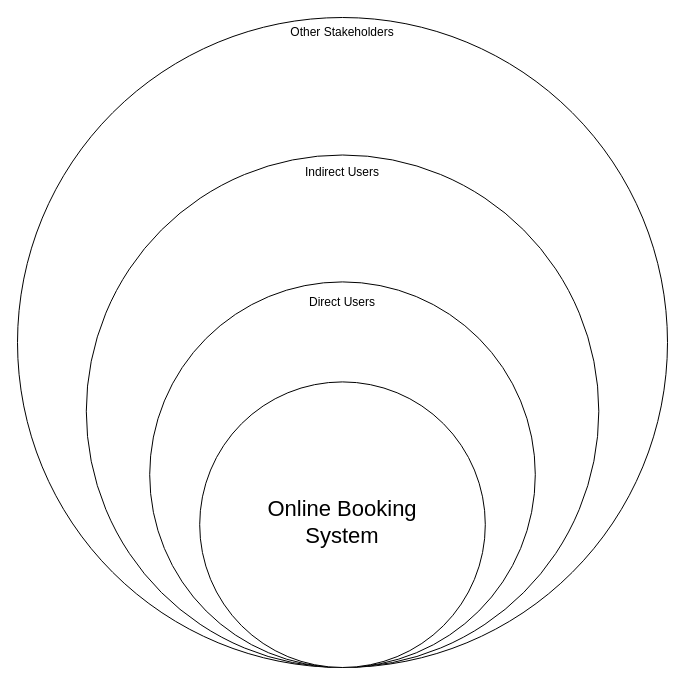
This is Onion_diagram_SEPP.drawio from Anuja-jayasinghe/DrawIo_Projects, a draw.io file, before an edit. Source tidied: cells renumbered, new cells numbered last; positions are measured from the earlier drawing's top-left corner, leaving out a move shared by most shapes. Both pictures are drawn from the tidied source at 100%, with x=0, y=0 at pixel (17, 17).
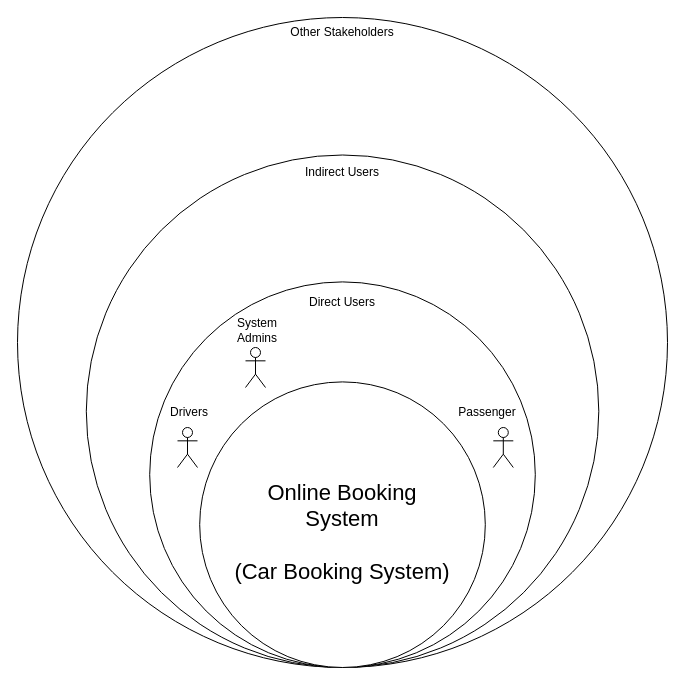
After the change.

The edit, as a diff of the source:
```diff
@@
 <mxGraphModel>
   <root>
     <mxCell id="0" />
     <mxCell id="1" parent="0" />
     <mxCell id="2" style="ellipse;whiteSpace=wrap;html=1;" parent="1" vertex="1">
       <mxGeometry width="650" height="650" as="geometry" />
     </mxCell>
     <mxCell id="3" style="ellipse;whiteSpace=wrap;html=1;" parent="1" vertex="1">
       <mxGeometry x="68.8" y="137.5" width="512.5" height="512.5" as="geometry" />
     </mxCell>
     <mxCell id="4" style="ellipse;whiteSpace=wrap;html=1;" parent="1" vertex="1">
       <mxGeometry x="132.2" y="264.4" width="385.6" height="385.6" as="geometry" />
     </mxCell>
     <mxCell id="5" style="ellipse;whiteSpace=wrap;html=1;" parent="1" vertex="1">
       <mxGeometry x="182.2" y="364.4" width="285.6" height="285.6" as="geometry" />
     </mxCell>
-    <mxCell id="6" value="&lt;font style=&quot;font-size: 22px;&quot;&gt;Online Booking System&lt;/font&gt;" style="text;html=1;align=center;verticalAlign=middle;whiteSpace=wrap;rounded=0;" parent="1" vertex="1">
-      <mxGeometry x="210" y="410" width="230" height="190" as="geometry" />
+    <mxCell id="6" value="&lt;font style=&quot;font-size: 22px;&quot;&gt;Online Booking System&lt;/font&gt;&lt;div&gt;&lt;font style=&quot;font-size: 22px;&quot;&gt;&lt;br&gt;&lt;/font&gt;&lt;/div&gt;&lt;div&gt;&lt;font style=&quot;font-size: 22px;&quot;&gt;(Car Booking System)&lt;/font&gt;&lt;/div&gt;" style="text;html=1;align=center;verticalAlign=middle;whiteSpace=wrap;rounded=0;" parent="1" vertex="1">
+      <mxGeometry x="210" y="420" width="230" height="190" as="geometry" />
     </mxCell>
     <mxCell id="7" value="Direct Users" style="text;html=1;align=center;verticalAlign=middle;whiteSpace=wrap;rounded=0;" parent="1" vertex="1">
       <mxGeometry x="260" y="270" width="130" height="30" as="geometry" />
     </mxCell>
     <mxCell id="8" value="Indirect Users" style="text;html=1;align=center;verticalAlign=middle;whiteSpace=wrap;rounded=0;" parent="1" vertex="1">
       <mxGeometry x="260" y="140" width="130" height="30" as="geometry" />
     </mxCell>
     <mxCell id="9" value="Other Stakeholders" style="text;html=1;align=center;verticalAlign=middle;whiteSpace=wrap;rounded=0;" parent="1" vertex="1">
       <mxGeometry x="260" width="130" height="30" as="geometry" />
     </mxCell>
+    <mxCell id="10" style="shape=umlActor;verticalLabelPosition=bottom;verticalAlign=top;html=1;" parent="1" vertex="1">
+      <mxGeometry x="160" y="410" width="20" height="40" as="geometry" />
+    </mxCell>
+    <mxCell id="11" value="Drivers" style="text;html=1;align=center;verticalAlign=middle;whiteSpace=wrap;rounded=0;" parent="1" vertex="1">
+      <mxGeometry x="142" y="380" width="60" height="30" as="geometry" />
+    </mxCell>
+    <mxCell id="12" style="shape=umlActor;verticalLabelPosition=bottom;verticalAlign=top;html=1;" parent="1" vertex="1">
+      <mxGeometry x="475.8" y="410" width="20" height="40" as="geometry" />
+    </mxCell>
+    <mxCell id="13" value="Passenger" style="text;html=1;align=center;verticalAlign=middle;whiteSpace=wrap;rounded=0;" parent="1" vertex="1">
+      <mxGeometry x="440" y="380" width="60" height="30" as="geometry" />
+    </mxCell>
+    <mxCell id="14" style="shape=umlActor;verticalLabelPosition=bottom;verticalAlign=top;html=1;" parent="1" vertex="1">
+      <mxGeometry x="228" y="330" width="20" height="40" as="geometry" />
+    </mxCell>
+    <mxCell id="15" value="System Admins" style="text;html=1;align=center;verticalAlign=middle;whiteSpace=wrap;rounded=0;" parent="1" vertex="1">
+      <mxGeometry x="210" y="298" width="60" height="30" as="geometry" />
+    </mxCell>
   </root>
 </mxGraphModel>
```
